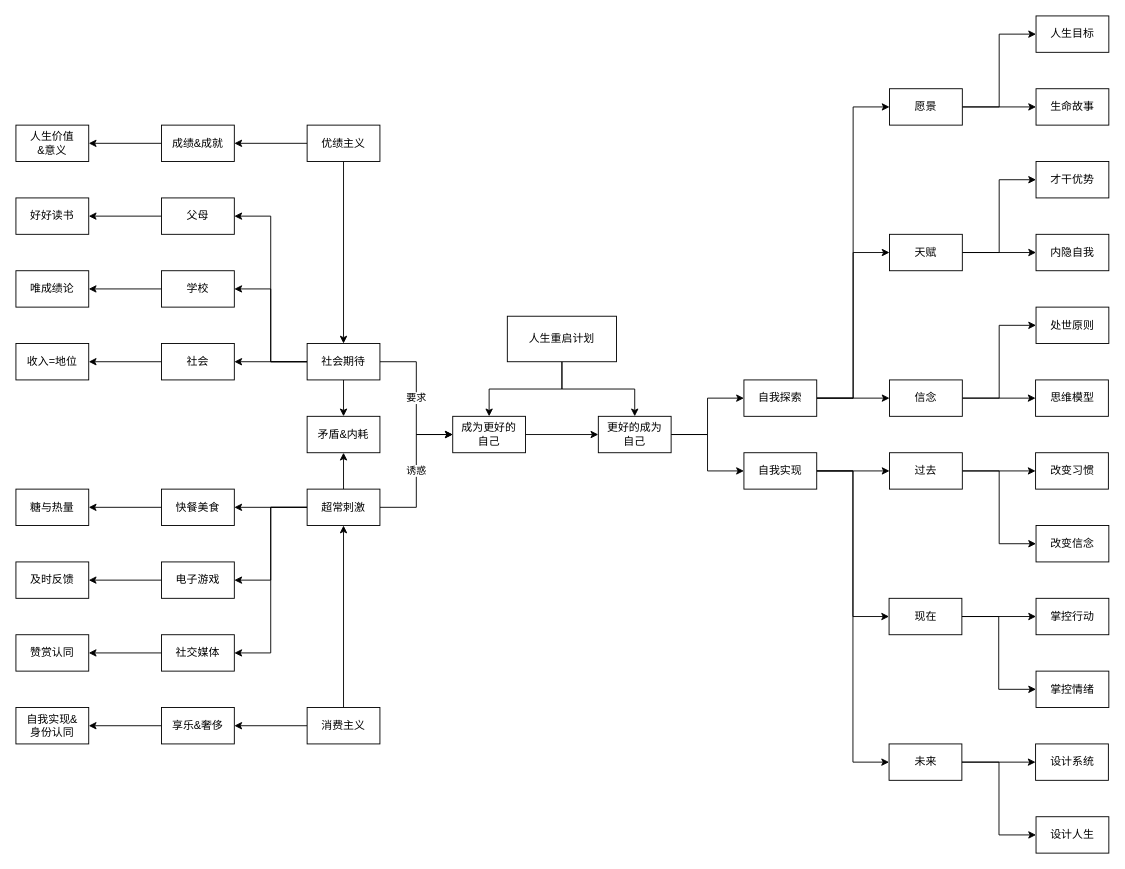
Earlier version of the draw.io diagram 人生系统.drawio (youyusan/life_system). Source tidied: cells renumbered, new cells numbered last; positions are measured from the earlier drawing's top-left corner, leaving out a move shared by most shapes. Both pictures are drawn from the tidied source at 91%, with x=0, y=0 at pixel (15, 15).
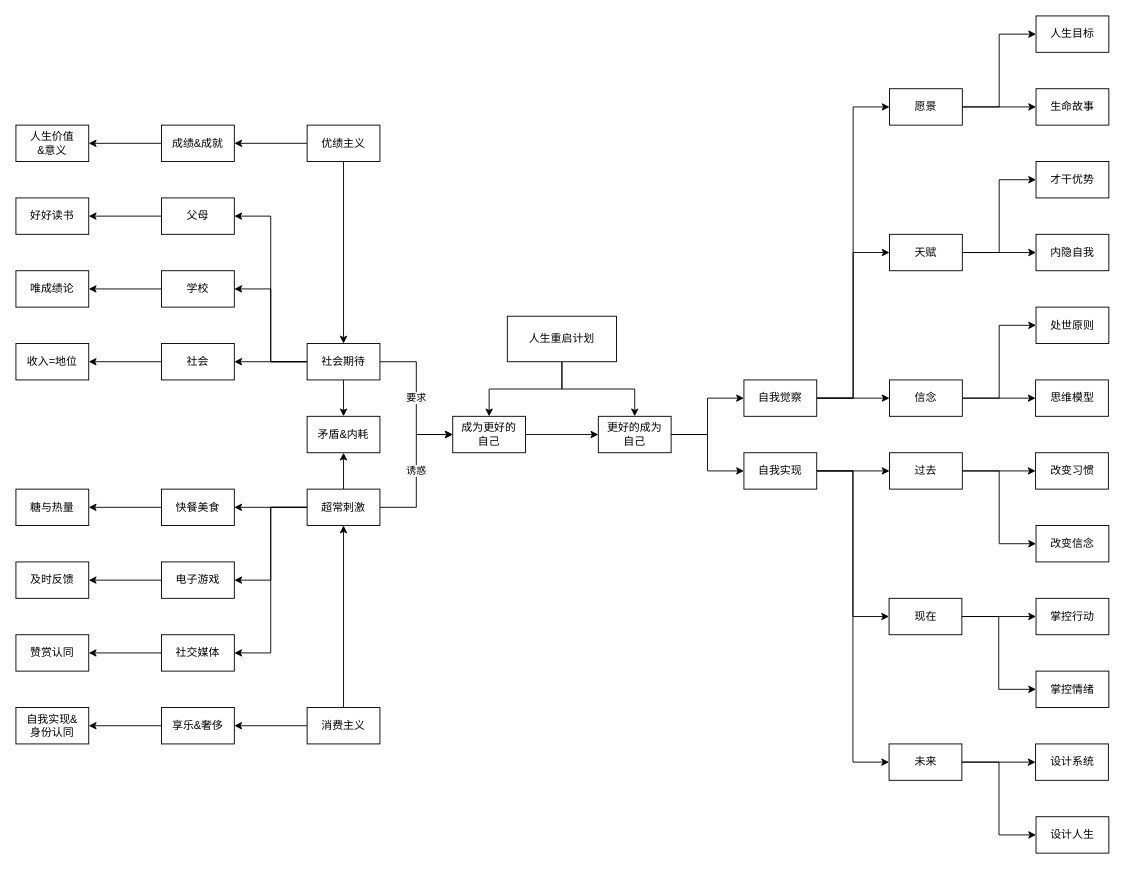
Above is the later version.

Commit message:
已添加 人生系统.drawio

Diff of the diagram source:
```diff
@@
-    <mxCell id="52" value="自我探索" style="rounded=0;whiteSpace=wrap;html=1;" parent="1" vertex="1">
+    <mxCell id="52" value="自我觉察" style="rounded=0;whiteSpace=wrap;html=1;" parent="1" vertex="1">
       <mxGeometry x="800" y="400" width="80" height="40" as="geometry" />
     </mxCell>
```
